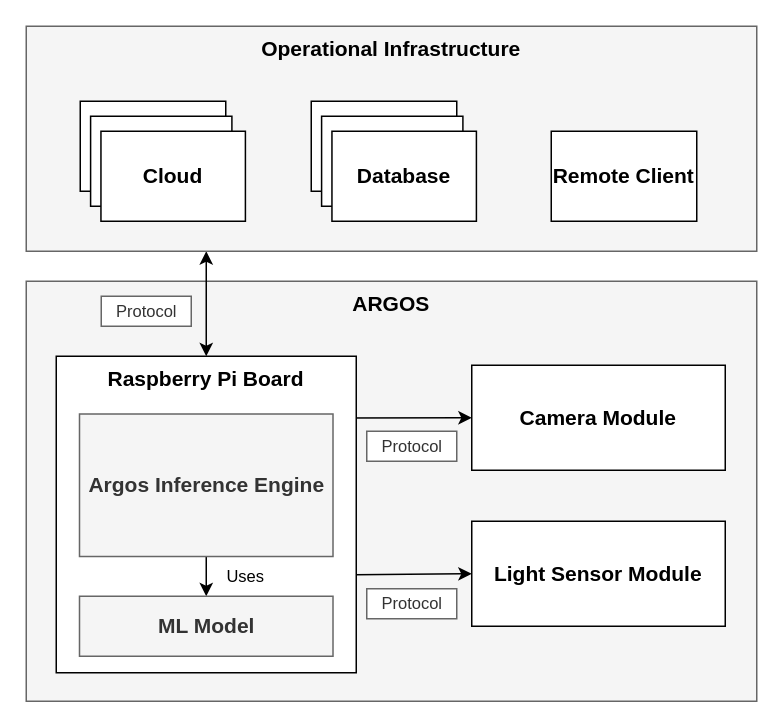
Earlier version of the draw.io diagram page "Page-2" (2 of 2) of 2. Analysis/1. System Overview/sys_overview.drawio (esrg-silent-howl/argos). Source tidied: cells renumbered, new cells numbered last; positions are measured from the earlier drawing's top-left corner, leaving out a move shared by most shapes. Both pictures are drawn from the tidied source at 150%, with x=0, y=0 at pixel (26, 26).
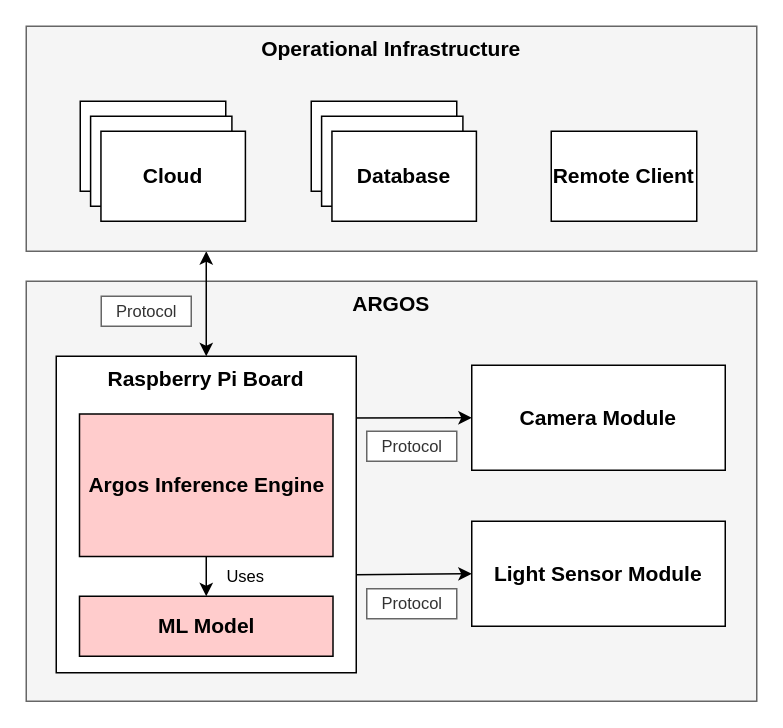
The same page after the edit.

What changed in the source:
```diff
@@
-    <mxCell id="15" value="&lt;b style=&quot;font-size: 14px;&quot;&gt;Argos Inference Engine&lt;/b&gt;" style="rounded=0;whiteSpace=wrap;html=1;fillColor=#f5f5f5;strokeColor=#666666;fontColor=#333333;fontSize=14;" parent="1" vertex="1">
+    <mxCell id="15" value="&lt;b style=&quot;font-size: 14px;&quot;&gt;Argos Inference Engine&lt;/b&gt;" style="rounded=0;whiteSpace=wrap;html=1;fillColor=#FFCCCC;strokeColor=#000000;fontSize=14;" parent="1" vertex="1">
       <mxGeometry x="35.5" y="258.5" width="169" height="95" as="geometry" />
     </mxCell>
-    <mxCell id="16" value="&lt;b style=&quot;font-size: 14px;&quot;&gt;ML Model&lt;/b&gt;" style="rounded=0;whiteSpace=wrap;html=1;fillColor=#f5f5f5;strokeColor=#666666;fontColor=#333333;fontSize=14;" parent="1" vertex="1">
+    <mxCell id="16" value="&lt;b style=&quot;font-size: 14px;&quot;&gt;ML Model&lt;/b&gt;" style="rounded=0;whiteSpace=wrap;html=1;fillColor=#FFCCCC;strokeColor=#000000;fontSize=14;" parent="1" vertex="1">
       <mxGeometry x="35.5" y="380" width="169" height="40" as="geometry" />
     </mxCell>
```
